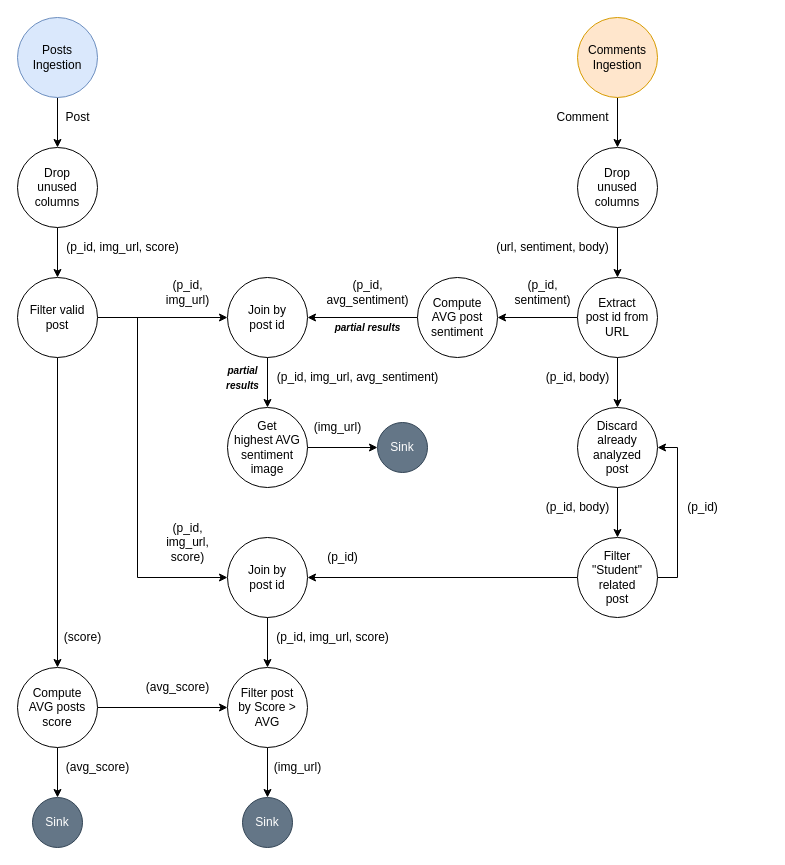
Earlier version of the draw.io diagram TP2/docs/diagrams/DAG.drawio (mauro7x/distribuidos). Source tidied: cells renumbered, new cells numbered last; positions are measured from the earlier drawing's top-left corner, leaving out a move shared by most shapes. Both pictures are drawn from the tidied source at 100%, with x=0, y=0 at pixel (17, 17).
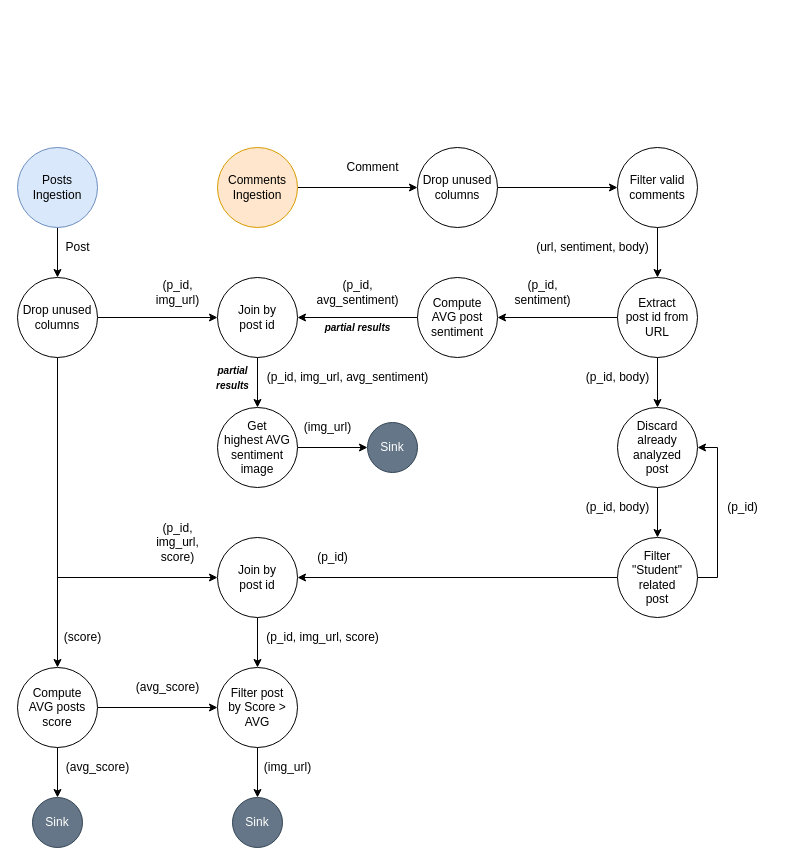
After the change.

Change to the diagram source:
```diff
@@
-    <mxCell id="2" style="edgeStyle=orthogonalEdgeStyle;rounded=0;jettySize=auto;html=1;" parent="1" edge="1" source="3" target="5">
+    <mxCell id="2" style="edgeStyle=orthogonalEdgeStyle;rounded=0;jettySize=auto;html=1;" parent="1" edge="1" source="3" target="18">
       <mxGeometry relative="1" as="geometry" />
     </mxCell>
     <mxCell id="3" value="Posts&lt;br&gt;Ingestion" style="ellipse;whiteSpace=wrap;html=1;fillColor=#dae8fc;strokeColor=#6c8ebf;" parent="1" vertex="1">
-      <mxGeometry width="80" height="80" as="geometry" />
+      <mxGeometry y="130" width="80" height="80" as="geometry" />
     </mxCell>
-    <mxCell id="4" style="edgeStyle=orthogonalEdgeStyle;rounded=0;jettySize=auto;html=1;" parent="1" edge="1" source="5" target="18">
-      <mxGeometry relative="1" as="geometry" />
-    </mxCell>
-    <mxCell id="5" value="Drop&lt;br&gt;unused columns" style="ellipse;whiteSpace=wrap;html=1;" parent="1" vertex="1">
-      <mxGeometry y="130" width="80" height="80" as="geometry" />
-    </mxCell>
     <mxCell id="6" value="Post" style="text;html=1;align=center;verticalAlign=middle;strokeColor=none;fillColor=none;fontStyle=0;" parent="1" vertex="1">
-      <mxGeometry x="40" y="90" width="40" height="20" as="geometry" />
+      <mxGeometry x="40" y="220" width="40" height="20" as="geometry" />
     </mxCell>
-    <mxCell id="7" style="edgeStyle=orthogonalEdgeStyle;rounded=0;jettySize=auto;html=1;" parent="1" edge="1" source="8" target="10">
-      <mxGeometry relative="1" as="geometry" />
-    </mxCell>
+    <mxCell id="59" style="edgeStyle=orthogonalEdgeStyle;rounded=0;jettySize=auto;html=1;" parent="1" edge="1" source="8" target="5">
+      <mxGeometry relative="1" as="geometry" />
+    </mxCell>
     <mxCell id="8" value="Comments Ingestion" style="ellipse;whiteSpace=wrap;html=1;fillColor=#ffe6cc;strokeColor=#d79b00;" parent="1" vertex="1">
-      <mxGeometry x="560" width="80" height="80" as="geometry" />
+      <mxGeometry x="200" y="130" width="80" height="80" as="geometry" />
     </mxCell>
@@
-    <mxCell id="10" value="Drop&lt;br&gt;unused columns" style="ellipse;whiteSpace=wrap;html=1;" parent="1" vertex="1">
-      <mxGeometry x="560" y="130" width="80" height="80" as="geometry" />
+    <mxCell id="10" value="Filter valid comments" style="ellipse;whiteSpace=wrap;html=1;" parent="1" vertex="1">
+      <mxGeometry x="600" y="130" width="80" height="80" as="geometry" />
     </mxCell>
     <mxCell id="11" value="Comment" style="text;html=1;align=center;verticalAlign=middle;strokeColor=none;fillColor=none;" parent="1" vertex="1">
-      <mxGeometry x="530" y="90" width="70" height="20" as="geometry" />
+      <mxGeometry x="320" y="140" width="70" height="20" as="geometry" />
     </mxCell>
@@
     <mxCell id="17" style="edgeStyle=orthogonalEdgeStyle;rounded=0;jettySize=auto;html=1;fontSize=10;" parent="1" edge="1" source="18" target="52">
       <mxGeometry relative="1" as="geometry">
         <Array as="points">
-          <mxPoint x="120" y="300" />
-          <mxPoint x="120" y="560" />
+          <mxPoint x="40" y="560" />
         </Array>
       </mxGeometry>
     </mxCell>
-    <mxCell id="18" value="Filter valid post" style="ellipse;whiteSpace=wrap;html=1;" parent="1" vertex="1">
+    <mxCell id="18" value="Drop unused&lt;br&gt;columns" style="ellipse;whiteSpace=wrap;html=1;" parent="1" vertex="1">
       <mxGeometry y="260" width="80" height="80" as="geometry" />
     </mxCell>
@@
     <mxCell id="20" value="(avg_score)" style="text;html=1;align=center;verticalAlign=middle;strokeColor=none;fillColor=none;" parent="1" vertex="1">
-      <mxGeometry x="120" y="660" width="80" height="20" as="geometry" />
+      <mxGeometry x="110" y="660" width="80" height="20" as="geometry" />
     </mxCell>
@@
     <mxCell id="23" value="Extract&lt;br&gt;post id from URL" style="ellipse;whiteSpace=wrap;html=1;" parent="1" vertex="1">
-      <mxGeometry x="560" y="260" width="80" height="80" as="geometry" />
+      <mxGeometry x="600" y="260" width="80" height="80" as="geometry" />
     </mxCell>
     <mxCell id="24" value="(url, sentiment, body)" style="text;html=1;align=center;verticalAlign=middle;strokeColor=none;fillColor=none;" parent="1" vertex="1">
-      <mxGeometry x="470" y="220" width="130" height="20" as="geometry" />
+      <mxGeometry x="510" y="220" width="130" height="20" as="geometry" />
     </mxCell>
@@
-    <mxCell id="28" value="(p_id, img_url, score)" style="text;html=1;align=center;verticalAlign=middle;strokeColor=none;fillColor=none;" parent="1" vertex="1">
-      <mxGeometry x="40" y="220" width="130" height="20" as="geometry" />
-    </mxCell>
@@
     <mxCell id="30" value="Join by&lt;br&gt;post id" style="ellipse;whiteSpace=wrap;html=1;" parent="1" vertex="1">
-      <mxGeometry x="210" y="260" width="80" height="80" as="geometry" />
+      <mxGeometry x="200" y="260" width="80" height="80" as="geometry" />
     </mxCell>
     <mxCell id="31" value="(p_id,&lt;br&gt;avg_sentiment)" style="text;html=1;align=center;verticalAlign=middle;strokeColor=none;fillColor=none;" parent="1" vertex="1">
-      <mxGeometry x="300" y="260" width="100" height="30" as="geometry" />
+      <mxGeometry x="290" y="260" width="100" height="30" as="geometry" />
     </mxCell>
     <mxCell id="32" value="(p_id,&lt;br&gt;img_url,&lt;br&gt;score)" style="text;html=1;align=center;verticalAlign=middle;strokeColor=none;fillColor=none;" parent="1" vertex="1">
-      <mxGeometry x="140" y="500" width="60" height="50" as="geometry" />
+      <mxGeometry x="130" y="500" width="60" height="50" as="geometry" />
     </mxCell>
@@
     <mxCell id="34" value="Get&lt;br&gt;highest AVG sentiment image" style="ellipse;whiteSpace=wrap;html=1;" parent="1" vertex="1">
-      <mxGeometry x="210" y="390" width="80" height="80" as="geometry" />
+      <mxGeometry x="200" y="390" width="80" height="80" as="geometry" />
     </mxCell>
     <mxCell id="35" value="(p_id, img_url, avg_sentiment)" style="text;html=1;align=center;verticalAlign=middle;strokeColor=none;fillColor=none;" parent="1" vertex="1">
-      <mxGeometry x="250" y="350" width="180" height="20" as="geometry" />
+      <mxGeometry x="240" y="350" width="180" height="20" as="geometry" />
     </mxCell>
     <mxCell id="36" value="&lt;font style=&quot;font-size: 10px;&quot;&gt;partial results&lt;/font&gt;" style="text;html=1;align=center;verticalAlign=middle;strokeColor=none;fillColor=none;fontStyle=3;" parent="1" vertex="1">
-      <mxGeometry x="310" y="300" width="80" height="20" as="geometry" />
+      <mxGeometry x="300" y="300" width="80" height="20" as="geometry" />
     </mxCell>
     <mxCell id="37" value="&lt;font style=&quot;font-size: 10px;&quot;&gt;partial&lt;br&gt;results&lt;/font&gt;" style="text;html=1;align=center;verticalAlign=middle;strokeColor=none;fillColor=none;fontStyle=3;" parent="1" vertex="1">
-      <mxGeometry x="200" y="340" width="50" height="40" as="geometry" />
+      <mxGeometry x="190" y="340" width="50" height="40" as="geometry" />
     </mxCell>
     <mxCell id="38" value="Sink" style="ellipse;whiteSpace=wrap;html=1;fillColor=#647687;fontColor=#ffffff;strokeColor=#314354;" parent="1" vertex="1">
-      <mxGeometry x="360" y="405" width="50" height="50" as="geometry" />
+      <mxGeometry x="350" y="405" width="50" height="50" as="geometry" />
     </mxCell>
     <mxCell id="39" value="(img_url)" style="text;html=1;align=center;verticalAlign=middle;strokeColor=none;fillColor=none;" parent="1" vertex="1">
-      <mxGeometry x="290" y="400" width="60" height="20" as="geometry" />
+      <mxGeometry x="280" y="400" width="60" height="20" as="geometry" />
     </mxCell>
@@
     <mxCell id="41" value="Discard&lt;br&gt;already analyzed&lt;br&gt;post" style="ellipse;whiteSpace=wrap;html=1;" parent="1" vertex="1">
-      <mxGeometry x="560" y="390" width="80" height="80" as="geometry" />
+      <mxGeometry x="600" y="390" width="80" height="80" as="geometry" />
     </mxCell>
     <mxCell id="42" style="edgeStyle=orthogonalEdgeStyle;rounded=0;jettySize=auto;html=1;fontSize=10;" parent="1" edge="1" source="44" target="41">
       <mxGeometry relative="1" as="geometry">
         <Array as="points">
-          <mxPoint x="660" y="560" />
-          <mxPoint x="660" y="430" />
+          <mxPoint x="700" y="560" />
+          <mxPoint x="700" y="430" />
         </Array>
       </mxGeometry>
     </mxCell>
@@
     <mxCell id="44" value="Filter&lt;br&gt;&quot;Student&quot; related&lt;br&gt;post" style="ellipse;whiteSpace=wrap;html=1;" parent="1" vertex="1">
-      <mxGeometry x="560" y="520" width="80" height="80" as="geometry" />
+      <mxGeometry x="600" y="520" width="80" height="80" as="geometry" />
     </mxCell>
@@
     <mxCell id="46" value="Filter post&lt;br&gt;by Score &amp;gt; AVG" style="ellipse;whiteSpace=wrap;html=1;" parent="1" vertex="1">
-      <mxGeometry x="210" y="650" width="80" height="80" as="geometry" />
+      <mxGeometry x="200" y="650" width="80" height="80" as="geometry" />
     </mxCell>
     <mxCell id="47" value="(p_id, body)" style="text;html=1;align=center;verticalAlign=middle;strokeColor=none;fillColor=none;" parent="1" vertex="1">
-      <mxGeometry x="520" y="350" width="80" height="20" as="geometry" />
+      <mxGeometry x="560" y="350" width="80" height="20" as="geometry" />
     </mxCell>
     <mxCell id="48" value="(p_id)" style="text;html=1;align=center;verticalAlign=middle;strokeColor=none;fillColor=none;" parent="1" vertex="1">
-      <mxGeometry x="660" y="480" width="50" height="20" as="geometry" />
+      <mxGeometry x="700" y="480" width="50" height="20" as="geometry" />
     </mxCell>
     <mxCell id="49" value="(p_id, body)" style="text;html=1;align=center;verticalAlign=middle;strokeColor=none;fillColor=none;" parent="1" vertex="1">
-      <mxGeometry x="520" y="480" width="80" height="20" as="geometry" />
+      <mxGeometry x="560" y="480" width="80" height="20" as="geometry" />
     </mxCell>
     <mxCell id="50" value="(p_id)" style="text;html=1;align=center;verticalAlign=middle;strokeColor=none;fillColor=none;" parent="1" vertex="1">
-      <mxGeometry x="300" y="530" width="50" height="20" as="geometry" />
+      <mxGeometry x="290" y="530" width="50" height="20" as="geometry" />
     </mxCell>
@@
     <mxCell id="52" value="Join by&lt;br&gt;post id" style="ellipse;whiteSpace=wrap;html=1;" parent="1" vertex="1">
-      <mxGeometry x="210" y="520" width="80" height="80" as="geometry" />
+      <mxGeometry x="200" y="520" width="80" height="80" as="geometry" />
     </mxCell>
     <mxCell id="53" value="(p_id,&lt;br&gt;img_url)" style="text;html=1;align=center;verticalAlign=middle;strokeColor=none;fillColor=none;" parent="1" vertex="1">
-      <mxGeometry x="140" y="260" width="60" height="30" as="geometry" />
+      <mxGeometry x="130" y="260" width="60" height="30" as="geometry" />
     </mxCell>
     <mxCell id="54" value="(p_id, img_url, score)" style="text;html=1;align=center;verticalAlign=middle;strokeColor=none;fillColor=none;" parent="1" vertex="1">
-      <mxGeometry x="250" y="610" width="130" height="20" as="geometry" />
+      <mxGeometry x="240" y="610" width="130" height="20" as="geometry" />
     </mxCell>
@@
     <mxCell id="56" value="Sink" style="ellipse;whiteSpace=wrap;html=1;fillColor=#647687;fontColor=#ffffff;strokeColor=#314354;" parent="1" vertex="1">
-      <mxGeometry x="225" y="780" width="50" height="50" as="geometry" />
+      <mxGeometry x="215" y="780" width="50" height="50" as="geometry" />
     </mxCell>
     <mxCell id="57" value="(img_url)" style="text;html=1;align=center;verticalAlign=middle;strokeColor=none;fillColor=none;" parent="1" vertex="1">
-      <mxGeometry x="250" y="740" width="60" height="20" as="geometry" />
+      <mxGeometry x="240" y="740" width="60" height="20" as="geometry" />
     </mxCell>
@@
+    <mxCell id="60" style="edgeStyle=orthogonalEdgeStyle;rounded=0;jettySize=auto;html=1;" parent="1" edge="1" source="5" target="10">
+      <mxGeometry relative="1" as="geometry" />
+    </mxCell>
+    <mxCell id="5" value="Drop unused&lt;br&gt;columns" style="ellipse;whiteSpace=wrap;html=1;" parent="1" vertex="1">
+      <mxGeometry x="400" y="130" width="80" height="80" as="geometry" />
+    </mxCell>
```
